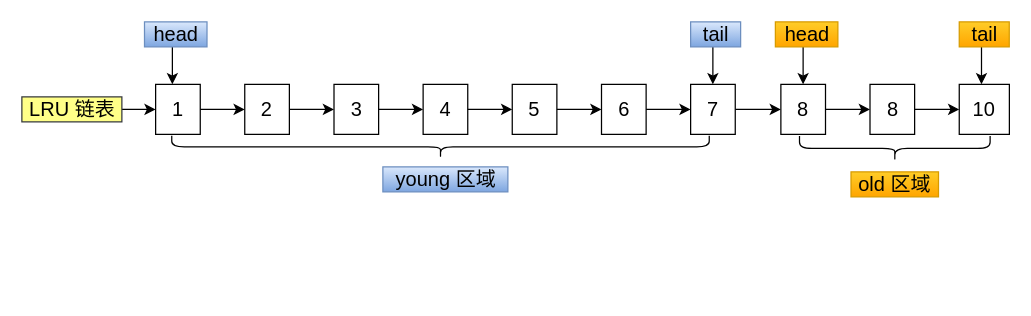
Before: mysql/innodb/lruthree.drawio in xiaolincoder/ImageHost4, a draw.io diagram. Source tidied: cells renumbered, new cells numbered last; positions are measured from the earlier drawing's top-left corner, leaving out a move shared by most shapes. Both pictures are drawn from the tidied source at 125%, with x=0, y=0 at pixel (21, -122).
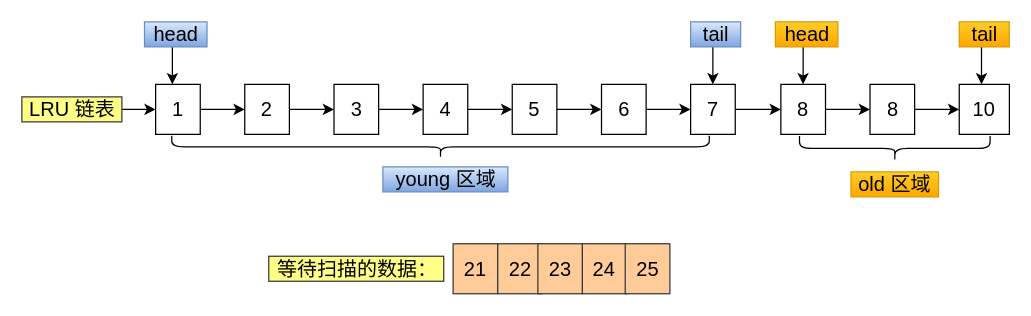
After the change.

What changed in the source:
```diff
@@
+    <mxCell id="35" value="21" style="rounded=0;whiteSpace=wrap;html=1;fontSize=16;fillColor=#ffcc99;strokeColor=#36393d;" parent="1" vertex="1">
+      <mxGeometry x="345" y="292.5" width="35.7" height="40" as="geometry" />
+    </mxCell>
+    <mxCell id="36" value="22" style="rounded=0;whiteSpace=wrap;html=1;fontSize=16;fillColor=#ffcc99;strokeColor=#36393d;" parent="1" vertex="1">
+      <mxGeometry x="380.7" y="292.5" width="35.7" height="40" as="geometry" />
+    </mxCell>
+    <mxCell id="37" value="23" style="rounded=0;whiteSpace=wrap;html=1;fontSize=16;fillColor=#ffcc99;strokeColor=#36393d;" parent="1" vertex="1">
+      <mxGeometry x="412.8" y="292.5" width="35.7" height="40" as="geometry" />
+    </mxCell>
+    <mxCell id="38" value="24" style="rounded=0;whiteSpace=wrap;html=1;fontSize=16;fillColor=#ffcc99;strokeColor=#36393d;" parent="1" vertex="1">
+      <mxGeometry x="448.4" y="292.5" width="35.7" height="40" as="geometry" />
+    </mxCell>
+    <mxCell id="39" value="25" style="rounded=0;whiteSpace=wrap;html=1;fontSize=16;fillColor=#ffcc99;strokeColor=#36393d;" parent="1" vertex="1">
+      <mxGeometry x="482.7" y="292.5" width="35.7" height="40" as="geometry" />
+    </mxCell>
+    <mxCell id="40" value="等待扫描的数据：" style="text;html=1;align=center;verticalAlign=middle;fontSize=16;fillColor=#ffff88;strokeColor=#36393d;" parent="1" vertex="1">
+      <mxGeometry x="197.5" y="302.5" width="140" height="20" as="geometry" />
+    </mxCell>
```
